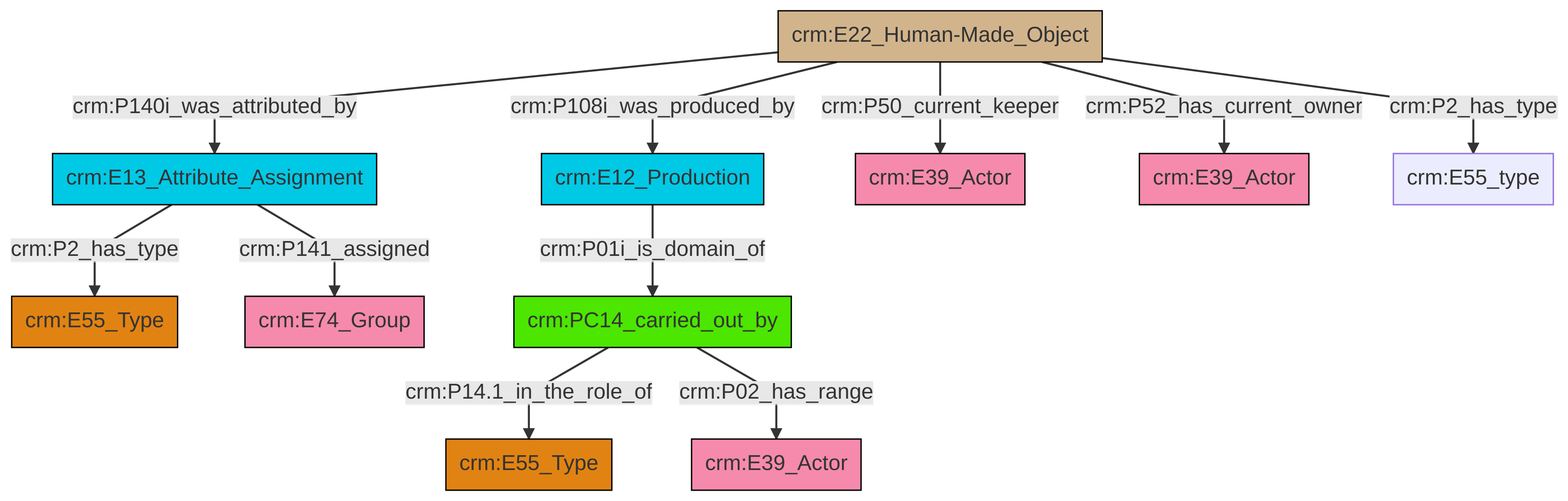
The Mermaid diagram et/artworkCSV/ttl/mmd/png/Artwork_Actor_Relations.png in swiss-art-research-net/docs.swissartresearch, before a commit. Its source is kept beside it as et/artworkCSV/ttl/mmd/Artwork_Actor_Relations.ttl.mmd.
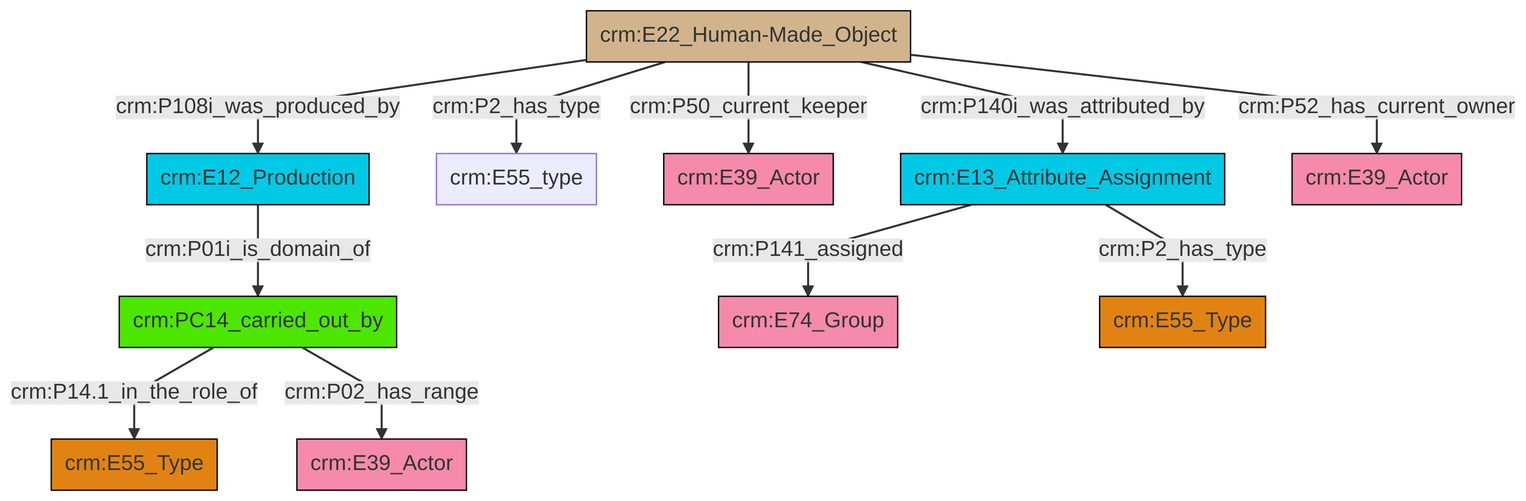
After the change.

What changed in the source:
```diff
@@ -13,13 +13,13 @@
 classDef PC_Classes fill:#4ce600, stroke:#000000;
 classDef Multi fill:#cccccc,stroke:#000000;
 
-4["crm:E12_Production"]:::Temporal_Entity -->|crm:P01i_is_domain_of| 5["crm:PC14_carried_out_by"]:::PC_Classes
-5["crm:PC14_carried_out_by"]:::PC_Classes -->|crm:P14.1_in_the_role_of| 7["crm:E55_Type"]:::Type
-0["crm:E13_Attribute_Assignment"]:::Temporal_Entity -->|crm:P2_has_type| 2["crm:E55_Type"]:::Type
-12["crm:E22_Human-Made_Object"]:::Physical_Thing -->|crm:P140i_was_attributed_by| 0["crm:E13_Attribute_Assignment"]:::Temporal_Entity
-5["crm:PC14_carried_out_by"]:::PC_Classes -->|crm:P02_has_range| 13["crm:E39_Actor"]:::Actor
-12["crm:E22_Human-Made_Object"]:::Physical_Thing -->|crm:P108i_was_produced_by| 4["crm:E12_Production"]:::Temporal_Entity
-12["crm:E22_Human-Made_Object"]:::Physical_Thing -->|crm:P50_current_keeper| 14["crm:E39_Actor"]:::Actor
-0["crm:E13_Attribute_Assignment"]:::Temporal_Entity -->|crm:P141_assigned| 16["crm:E74_Group"]:::Actor
-12["crm:E22_Human-Made_Object"]:::Physical_Thing -->|crm:P52_has_current_owner| 17["crm:E39_Actor"]:::Actor
-12["crm:E22_Human-Made_Object"]:::Physical_Thing -->|crm:P2_has_type| 9["crm:E55_type"]:::Default
+2["crm:E22_Human-Made_Object"]:::Physical_Thing -->|crm:P108i_was_produced_by| 3["crm:E12_Production"]:::Temporal_Entity
+8["crm:PC14_carried_out_by"]:::PC_Classes -->|crm:P14.1_in_the_role_of| 6["crm:E55_Type"]:::Type
+4["crm:E13_Attribute_Assignment"]:::Temporal_Entity -->|crm:P141_assigned| 10["crm:E74_Group"]:::Actor
+2["crm:E22_Human-Made_Object"]:::Physical_Thing -->|crm:P2_has_type| 11["crm:E55_type"]:::Default
+4["crm:E13_Attribute_Assignment"]:::Temporal_Entity -->|crm:P2_has_type| 0["crm:E55_Type"]:::Type
+2["crm:E22_Human-Made_Object"]:::Physical_Thing -->|crm:P50_current_keeper| 12["crm:E39_Actor"]:::Actor
+8["crm:PC14_carried_out_by"]:::PC_Classes -->|crm:P02_has_range| 13["crm:E39_Actor"]:::Actor
+2["crm:E22_Human-Made_Object"]:::Physical_Thing -->|crm:P140i_was_attributed_by| 4["crm:E13_Attribute_Assignment"]:::Temporal_Entity
+2["crm:E22_Human-Made_Object"]:::Physical_Thing -->|crm:P52_has_current_owner| 14["crm:E39_Actor"]:::Actor
+3["crm:E12_Production"]:::Temporal_Entity -->|crm:P01i_is_domain_of| 8["crm:PC14_carried_out_by"]:::PC_Classes
```
